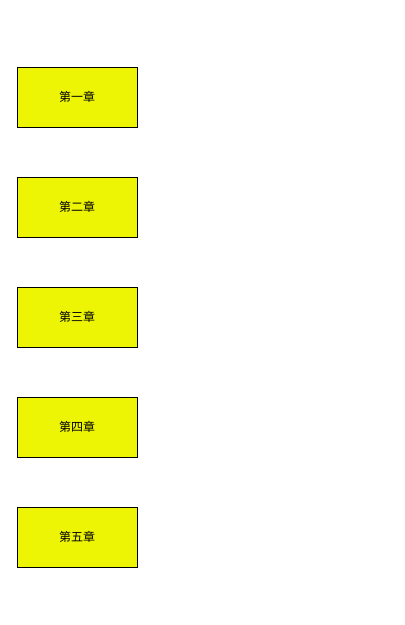
Above: 论文/Untitled Diagram.drawio in zhou-ning/Diagrams (draw.io), before the change. Source tidied: cells renumbered, new cells numbered last; positions are measured from the earlier drawing's top-left corner, leaving out a move shared by most shapes. Both pictures are drawn from the tidied source at 100%, with x=0, y=0 at pixel (17, 67).
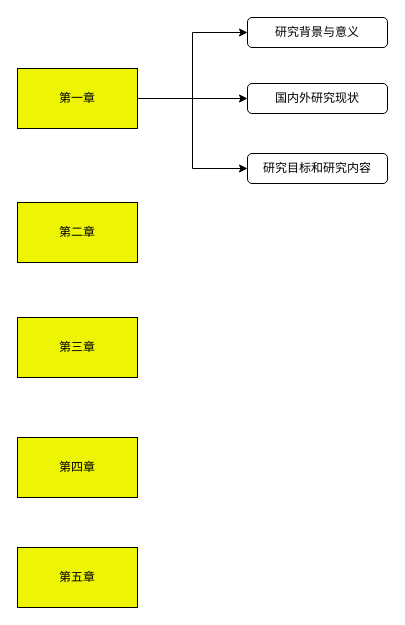
The same diagram, later.

Change to the diagram source:
```diff
@@
 <mxGraphModel>
   <root>
     <mxCell id="0" />
     <mxCell id="1" parent="0" />
+    <mxCell id="7" style="edgeStyle=orthogonalEdgeStyle;rounded=0;jettySize=auto;html=1;" parent="1" edge="1" source="2" target="11">
+      <mxGeometry relative="1" as="geometry" />
+    </mxCell>
+    <mxCell id="8" style="edgeStyle=orthogonalEdgeStyle;rounded=0;jettySize=auto;html=1;entryX=0;entryY=0.5;entryDx=0;entryDy=0;" parent="1" edge="1" source="2" target="10">
+      <mxGeometry relative="1" as="geometry" />
+    </mxCell>
+    <mxCell id="9" style="edgeStyle=orthogonalEdgeStyle;rounded=0;jettySize=auto;html=1;entryX=0;entryY=0.5;entryDx=0;entryDy=0;" parent="1" edge="1" source="2" target="12">
+      <mxGeometry relative="1" as="geometry" />
+    </mxCell>
     <mxCell id="2" value="第一章" style="rounded=0;whiteSpace=wrap;html=1;fillColor=#EDF505;" parent="1" vertex="1">
-      <mxGeometry width="120" height="60" as="geometry" />
+      <mxGeometry y="1" width="120" height="60" as="geometry" />
     </mxCell>
     <mxCell id="3" value="第二章" style="rounded=0;whiteSpace=wrap;html=1;fillColor=#EDF505;" parent="1" vertex="1">
-      <mxGeometry y="110" width="120" height="60" as="geometry" />
+      <mxGeometry y="135" width="120" height="60" as="geometry" />
     </mxCell>
     <mxCell id="4" value="第三章" style="rounded=0;whiteSpace=wrap;html=1;fillColor=#EDF505;" parent="1" vertex="1">
-      <mxGeometry y="220" width="120" height="60" as="geometry" />
+      <mxGeometry y="250" width="120" height="60" as="geometry" />
     </mxCell>
     <mxCell id="5" value="第四章" style="rounded=0;whiteSpace=wrap;html=1;fillColor=#EDF505;" parent="1" vertex="1">
-      <mxGeometry y="330" width="120" height="60" as="geometry" />
+      <mxGeometry y="370" width="120" height="60" as="geometry" />
     </mxCell>
     <mxCell id="6" value="第五章" style="rounded=0;whiteSpace=wrap;html=1;fillColor=#EDF505;" parent="1" vertex="1">
-      <mxGeometry y="440" width="120" height="60" as="geometry" />
+      <mxGeometry y="480" width="120" height="60" as="geometry" />
     </mxCell>
+    <mxCell id="10" value="研究背景与意义" style="rounded=1;whiteSpace=wrap;html=1;fillColor=#FFFFFF;" parent="1" vertex="1">
+      <mxGeometry x="230" y="-50" width="140" height="30" as="geometry" />
+    </mxCell>
+    <mxCell id="11" value="国内外研究现状" style="rounded=1;whiteSpace=wrap;html=1;fillColor=#FFFFFF;" parent="1" vertex="1">
+      <mxGeometry x="230" y="16" width="140" height="30" as="geometry" />
+    </mxCell>
+    <mxCell id="12" value="研究目标和研究内容" style="rounded=1;whiteSpace=wrap;html=1;fillColor=#FFFFFF;" parent="1" vertex="1">
+      <mxGeometry x="230" y="86" width="140" height="30" as="geometry" />
+    </mxCell>
   </root>
 </mxGraphModel>
```
